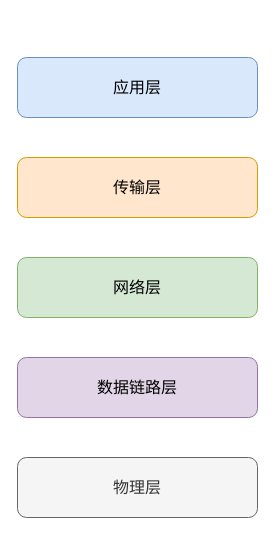
Before: 网络/https/5层.drawio in xiaolincoder/ImageHost4, a draw.io diagram. Source tidied: cells renumbered, new cells numbered last; positions are measured from the earlier drawing's top-left corner, leaving out a move shared by most shapes. Both pictures are drawn from the tidied source at 100%, with x=0, y=0 at pixel (17, 57).
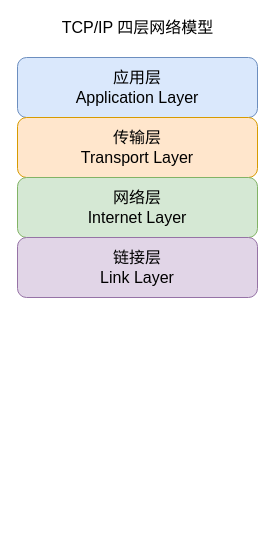
After the change.

Diff of the diagram source:
```diff
@@
 <mxGraphModel>
   <root>
     <mxCell id="0" />
     <mxCell id="1" parent="0" />
-    <mxCell id="2" value="应用层" style="rounded=1;whiteSpace=wrap;html=1;fontSize=16;fillColor=#dae8fc;strokeColor=#6c8ebf;" parent="1" vertex="1">
+    <mxCell id="2" value="应用层&lt;br&gt;Application Layer" style="rounded=1;whiteSpace=wrap;html=1;fontSize=16;fillColor=#dae8fc;strokeColor=#6c8ebf;" parent="1" vertex="1">
       <mxGeometry width="240" height="60" as="geometry" />
     </mxCell>
-    <mxCell id="3" value="传输层" style="rounded=1;whiteSpace=wrap;html=1;fontSize=16;fillColor=#ffe6cc;strokeColor=#d79b00;" parent="1" vertex="1">
-      <mxGeometry y="100" width="240" height="60" as="geometry" />
+    <mxCell id="3" value="传输层&lt;br&gt;Transport Layer" style="rounded=1;whiteSpace=wrap;html=1;fontSize=16;fillColor=#ffe6cc;strokeColor=#d79b00;" parent="1" vertex="1">
+      <mxGeometry y="60" width="240" height="60" as="geometry" />
     </mxCell>
-    <mxCell id="4" value="网络层" style="rounded=1;whiteSpace=wrap;html=1;fontSize=16;fillColor=#d5e8d4;strokeColor=#82b366;" parent="1" vertex="1">
-      <mxGeometry y="200" width="240" height="60" as="geometry" />
+    <mxCell id="4" value="网络层&lt;br&gt;Internet Layer" style="rounded=1;whiteSpace=wrap;html=1;fontSize=16;fillColor=#d5e8d4;strokeColor=#82b366;" parent="1" vertex="1">
+      <mxGeometry y="120" width="240" height="60" as="geometry" />
     </mxCell>
-    <mxCell id="5" value="数据链路层" style="rounded=1;whiteSpace=wrap;html=1;fontSize=16;fillColor=#e1d5e7;strokeColor=#9673a6;" parent="1" vertex="1">
-      <mxGeometry y="300" width="240" height="60" as="geometry" />
+    <mxCell id="5" value="链接层&lt;br&gt;Link Layer" style="rounded=1;whiteSpace=wrap;html=1;fontSize=16;fillColor=#e1d5e7;strokeColor=#9673a6;" parent="1" vertex="1">
+      <mxGeometry y="180" width="240" height="60" as="geometry" />
     </mxCell>
-    <mxCell id="6" value="物理层" style="rounded=1;whiteSpace=wrap;html=1;fontSize=16;fillColor=#f5f5f5;strokeColor=#666666;fontColor=#333333;" parent="1" vertex="1">
-      <mxGeometry y="400" width="240" height="60" as="geometry" />
-    </mxCell>
+    <mxCell id="7" value="TCP/IP 四层网络模型" style="text;html=1;align=center;verticalAlign=middle;strokeColor=none;fillColor=none;fontSize=16;" parent="1" vertex="1">
+      <mxGeometry x="35" y="-40" width="170" height="20" as="geometry" />
+    </mxCell>
   </root>
 </mxGraphModel>
```
